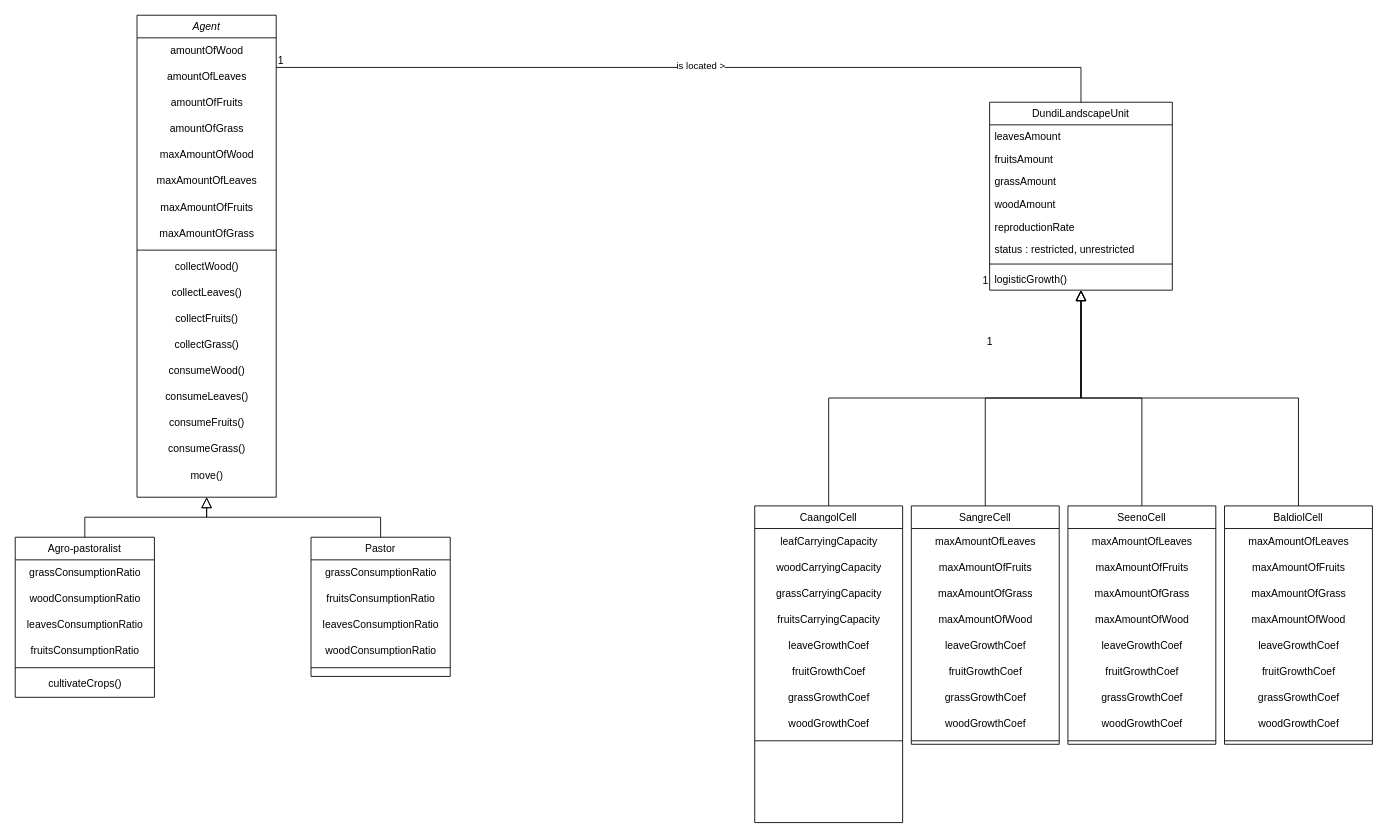
This is page "Page-1" (1 of 4) of DundiV0.drawio from panchovdl/DundiModel, a draw.io file, before an edit. Source tidied: cells renumbered, new cells numbered last; positions are measured from the earlier drawing's top-left corner, leaving out a move shared by most shapes. Both pictures are drawn from the tidied source at 87%, with x=0, y=0 at pixel (15, 15).
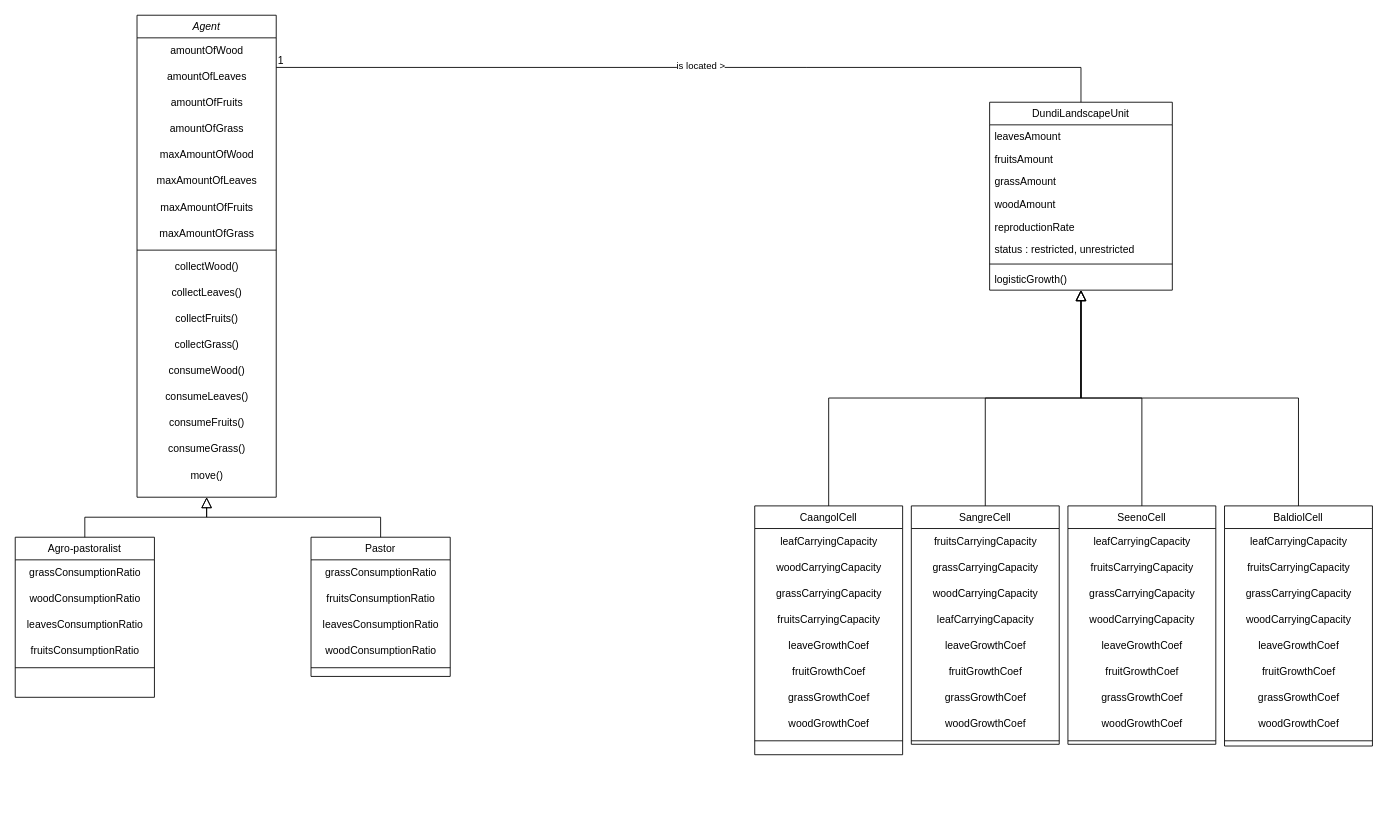
The same diagram, later.

Commit message:
Mettre à jour DundiV0.drawio

Unchanged cells that the change refers to:
```xml
<mxCell id="21" value="Agro-pastoralist" style="swimlane;fontStyle=0;align=center;verticalAlign=top;horizontal=1;startSize=26;rounded=0;shadow=0;strokeWidth=1;" parent="1" vertex="1">
  <mxGeometry y="600" width="160" height="184" as="geometry" />
</mxCell>
<mxCell id="56" value="SangreCell" style="swimlane;fontStyle=0;align=center;verticalAlign=top;horizontal=1;startSize=26;rounded=0;shadow=0;strokeWidth=1;" parent="1" vertex="1">
  <mxGeometry x="1030" y="564" width="170" height="274" as="geometry" />
</mxCell>
<mxCell id="76" value="SeenoCell" style="swimlane;fontStyle=0;align=center;verticalAlign=top;horizontal=1;startSize=26;rounded=0;shadow=0;strokeWidth=1;" parent="1" vertex="1">
  <mxGeometry x="1210" y="564" width="170" height="274" as="geometry" />
</mxCell>
```

Diff of the diagram source:
```diff
@@
-    <mxCell id="27" value="cultivateCrops()" style="text;html=1;align=center;verticalAlign=middle;strokeColor=none;fillColor=none;" parent="21" vertex="1">
-      <mxGeometry y="154" width="160" height="30" as="geometry" />
-    </mxCell>
@@
-    <mxCell id="45" value="1" style="align=right;verticalAlign=bottom;labelBackgroundColor=none;fontSize=12;" parent="1" vertex="1">
-      <mxGeometry x="850" y="501" as="geometry">
-        <mxPoint x="275" y="-118" as="offset" />
-      </mxGeometry>
-    </mxCell>
     <mxCell id="46" value="CaangolCell" style="swimlane;fontStyle=0;align=center;verticalAlign=top;horizontal=1;startSize=26;rounded=0;shadow=0;strokeWidth=1;" parent="1" vertex="1">
-      <mxGeometry x="850" y="564" width="170" height="364" as="geometry" />
+      <mxGeometry x="850" y="564" width="170" height="286" as="geometry" />
     </mxCell>
@@
-    <mxCell id="57" value="maxAmountOfLeaves" style="text;html=1;align=center;verticalAlign=middle;strokeColor=none;fillColor=none;" parent="56" vertex="1">
-      <mxGeometry y="26" width="170" height="30" as="geometry" />
-    </mxCell>
-    <mxCell id="58" value="maxAmountOfFruits" style="text;html=1;align=center;verticalAlign=middle;strokeColor=none;fillColor=none;" parent="56" vertex="1">
-      <mxGeometry y="56" width="170" height="30" as="geometry" />
-    </mxCell>
-    <mxCell id="59" value="maxAmountOfGrass" style="text;html=1;align=center;verticalAlign=middle;strokeColor=none;fillColor=none;" parent="56" vertex="1">
-      <mxGeometry y="86" width="170" height="30" as="geometry" />
-    </mxCell>
-    <mxCell id="60" value="maxAmountOfWood" style="text;html=1;align=center;verticalAlign=middle;strokeColor=none;fillColor=none;" parent="56" vertex="1">
-      <mxGeometry y="116" width="170" height="30" as="geometry" />
-    </mxCell>
+    <mxCell id="94" value="fruitsCarryingCapacity" style="text;html=1;align=center;verticalAlign=middle;strokeColor=none;fillColor=none;" parent="56" vertex="1">
+      <mxGeometry y="26" width="170" height="30" as="geometry" />
+    </mxCell>
+    <mxCell id="95" value="grassCarryingCapacity" style="text;html=1;align=center;verticalAlign=middle;strokeColor=none;fillColor=none;" parent="56" vertex="1">
+      <mxGeometry y="56" width="170" height="30" as="geometry" />
+    </mxCell>
+    <mxCell id="96" value="woodCarryingCapacity" style="text;html=1;align=center;verticalAlign=middle;strokeColor=none;fillColor=none;" parent="56" vertex="1">
+      <mxGeometry y="86" width="170" height="30" as="geometry" />
+    </mxCell>
+    <mxCell id="97" value="leafCarryingCapacity" style="text;html=1;align=center;verticalAlign=middle;strokeColor=none;fillColor=none;" parent="56" vertex="1">
+      <mxGeometry y="116" width="170" height="30" as="geometry" />
+    </mxCell>
@@
     <mxCell id="66" value="BaldiolCell" style="swimlane;fontStyle=0;align=center;verticalAlign=top;horizontal=1;startSize=26;rounded=0;shadow=0;strokeWidth=1;" parent="1" vertex="1">
-      <mxGeometry x="1390" y="564" width="170" height="274" as="geometry" />
+      <mxGeometry x="1390" y="564" width="170" height="276" as="geometry" />
     </mxCell>
-    <mxCell id="67" value="maxAmountOfLeaves" style="text;html=1;align=center;verticalAlign=middle;strokeColor=none;fillColor=none;" parent="66" vertex="1">
-      <mxGeometry y="26" width="170" height="30" as="geometry" />
-    </mxCell>
-    <mxCell id="68" value="maxAmountOfFruits" style="text;html=1;align=center;verticalAlign=middle;strokeColor=none;fillColor=none;" parent="66" vertex="1">
-      <mxGeometry y="56" width="170" height="30" as="geometry" />
-    </mxCell>
-    <mxCell id="69" value="maxAmountOfGrass" style="text;html=1;align=center;verticalAlign=middle;strokeColor=none;fillColor=none;" parent="66" vertex="1">
-      <mxGeometry y="86" width="170" height="30" as="geometry" />
-    </mxCell>
-    <mxCell id="70" value="maxAmountOfWood" style="text;html=1;align=center;verticalAlign=middle;strokeColor=none;fillColor=none;" parent="66" vertex="1">
-      <mxGeometry y="116" width="170" height="30" as="geometry" />
-    </mxCell>
+    <mxCell id="98" value="leafCarryingCapacity" style="text;html=1;align=center;verticalAlign=middle;strokeColor=none;fillColor=none;" parent="66" vertex="1">
+      <mxGeometry y="26" width="170" height="30" as="geometry" />
+    </mxCell>
+    <mxCell id="99" value="fruitsCarryingCapacity" style="text;html=1;align=center;verticalAlign=middle;strokeColor=none;fillColor=none;" parent="66" vertex="1">
+      <mxGeometry y="56" width="170" height="30" as="geometry" />
+    </mxCell>
+    <mxCell id="100" value="grassCarryingCapacity" style="text;html=1;align=center;verticalAlign=middle;strokeColor=none;fillColor=none;" parent="66" vertex="1">
+      <mxGeometry y="86" width="170" height="30" as="geometry" />
+    </mxCell>
+    <mxCell id="101" value="woodCarryingCapacity" style="text;html=1;align=center;verticalAlign=middle;strokeColor=none;fillColor=none;" parent="66" vertex="1">
+      <mxGeometry y="116" width="170" height="30" as="geometry" />
+    </mxCell>
@@
-    <mxCell id="77" value="maxAmountOfLeaves" style="text;html=1;align=center;verticalAlign=middle;strokeColor=none;fillColor=none;" parent="76" vertex="1">
-      <mxGeometry y="26" width="170" height="30" as="geometry" />
-    </mxCell>
-    <mxCell id="78" value="maxAmountOfFruits" style="text;html=1;align=center;verticalAlign=middle;strokeColor=none;fillColor=none;" parent="76" vertex="1">
-      <mxGeometry y="56" width="170" height="30" as="geometry" />
-    </mxCell>
-    <mxCell id="79" value="maxAmountOfGrass" style="text;html=1;align=center;verticalAlign=middle;strokeColor=none;fillColor=none;" parent="76" vertex="1">
-      <mxGeometry y="86" width="170" height="30" as="geometry" />
-    </mxCell>
-    <mxCell id="80" value="maxAmountOfWood" style="text;html=1;align=center;verticalAlign=middle;strokeColor=none;fillColor=none;" parent="76" vertex="1">
-      <mxGeometry y="116" width="170" height="30" as="geometry" />
-    </mxCell>
+    <mxCell id="102" value="leafCarryingCapacity" style="text;html=1;align=center;verticalAlign=middle;strokeColor=none;fillColor=none;" parent="76" vertex="1">
+      <mxGeometry y="26" width="170" height="30" as="geometry" />
+    </mxCell>
+    <mxCell id="103" value="fruitsCarryingCapacity" style="text;html=1;align=center;verticalAlign=middle;strokeColor=none;fillColor=none;" parent="76" vertex="1">
+      <mxGeometry y="56" width="170" height="30" as="geometry" />
+    </mxCell>
+    <mxCell id="104" value="grassCarryingCapacity" style="text;html=1;align=center;verticalAlign=middle;strokeColor=none;fillColor=none;" parent="76" vertex="1">
+      <mxGeometry y="86" width="170" height="30" as="geometry" />
+    </mxCell>
+    <mxCell id="105" value="woodCarryingCapacity" style="text;html=1;align=center;verticalAlign=middle;strokeColor=none;fillColor=none;" parent="76" vertex="1">
+      <mxGeometry y="116" width="170" height="30" as="geometry" />
+    </mxCell>
@@
-    <mxCell id="93" value="1" style="align=right;verticalAlign=bottom;labelBackgroundColor=none;fontSize=12;" parent="1" vertex="1">
-      <mxGeometry x="1120" y="314" as="geometry" />
-    </mxCell>
```
